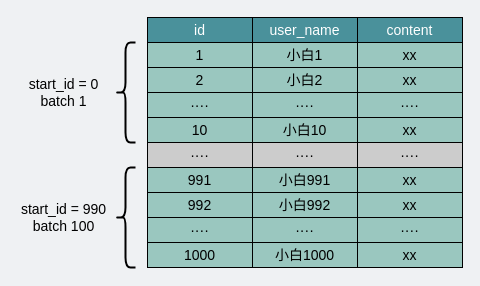
Earlier version of the draw.io diagram network/batch分批获取user表.drawio (xiaobaiTech/image). Source tidied: cells renumbered, new cells numbered last; positions are measured from the earlier drawing's top-left corner, leaving out a move shared by most shapes. Both pictures are drawn from the tidied source at 100%, with x=0, y=0 at pixel (17, 17).
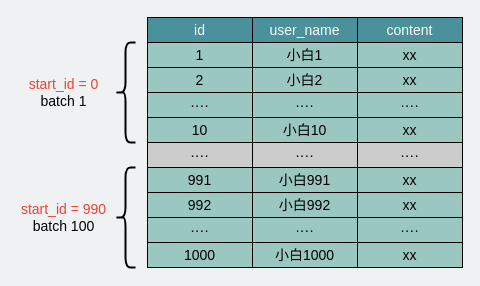
The same diagram, later.

Commit message:
Update batch分批获取user表.drawio

Diff of the diagram source:
```diff
@@
-    <mxCell id="33" value="start_id = 0&lt;br&gt;batch 1" style="text;html=1;strokeColor=none;fillColor=none;align=center;verticalAlign=middle;whiteSpace=wrap;rounded=0;fontSize=14;fontColor=#000000;" parent="1" vertex="1">
+    <mxCell id="33" value="&lt;font color=&quot;#ea4435&quot;&gt;start_id = 0&lt;/font&gt;&lt;br&gt;batch 1" style="text;html=1;strokeColor=none;fillColor=none;align=center;verticalAlign=middle;whiteSpace=wrap;rounded=0;fontSize=14;fontColor=#000000;" parent="1" vertex="1">
       <mxGeometry x="5" y="60" width="83" height="30" as="geometry" />
     </mxCell>
@@
-    <mxCell id="35" value="start_id = 990&lt;br&gt;batch 100" style="text;html=1;strokeColor=none;fillColor=none;align=center;verticalAlign=middle;whiteSpace=wrap;rounded=0;fontSize=14;fontColor=#000000;" parent="1" vertex="1">
+    <mxCell id="35" value="&lt;font color=&quot;#ea4435&quot;&gt;start_id = 990&lt;/font&gt;&lt;br&gt;batch 100" style="text;html=1;strokeColor=none;fillColor=none;align=center;verticalAlign=middle;whiteSpace=wrap;rounded=0;fontSize=14;fontColor=#000000;" parent="1" vertex="1">
       <mxGeometry y="185" width="93" height="30" as="geometry" />
     </mxCell>
```
